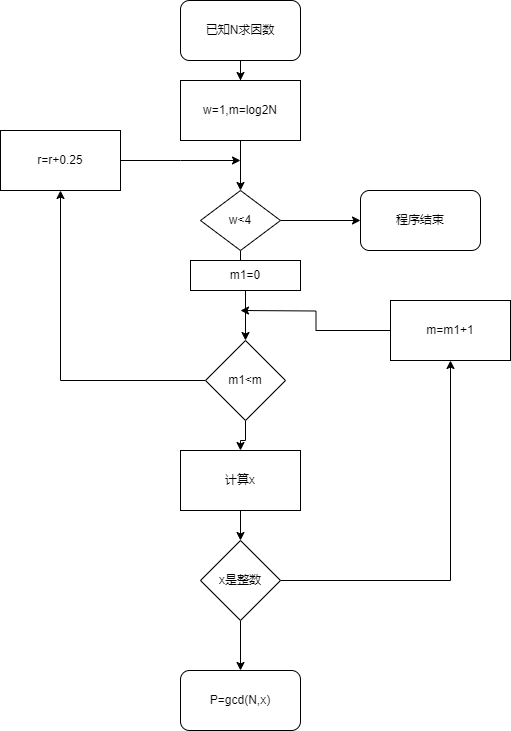
lynxswf/lynxswf keeps this draw.io diagram as 未命名绘图.drawio.png. Above is the earlier version. Source tidied: cells renumbered, new cells last; positions are measured from the earlier drawing's top-left corner, leaving out a move shared by most shapes.
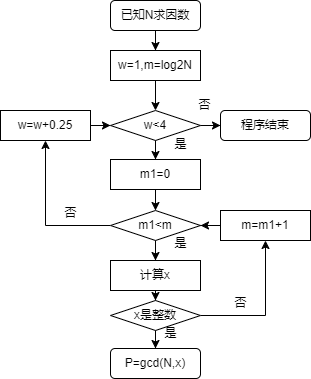
Above is the later version.

Change to the diagram source:
```diff
@@ -6,13 +6,13 @@
       <mxGeometry relative="1" as="geometry" />
     </mxCell>
     <mxCell id="3" value="已知N求因数" style="rounded=1;whiteSpace=wrap;html=1;" parent="1" vertex="1">
-      <mxGeometry x="180" width="120" height="60" as="geometry" />
+      <mxGeometry x="190" y="30" width="90" height="30" as="geometry" />
     </mxCell>
     <mxCell id="4" style="edgeStyle=orthogonalEdgeStyle;rounded=0;jettySize=auto;html=1;" parent="1" edge="1" source="5" target="8">
       <mxGeometry relative="1" as="geometry" />
     </mxCell>
     <mxCell id="5" value="w=1,m=log2N" style="rounded=0;whiteSpace=wrap;html=1;" parent="1" vertex="1">
-      <mxGeometry x="180" y="80" width="120" height="60" as="geometry" />
+      <mxGeometry x="190" y="80" width="90" height="30" as="geometry" />
     </mxCell>
     <mxCell id="6" style="edgeStyle=orthogonalEdgeStyle;rounded=0;jettySize=auto;html=1;" parent="1" edge="1" source="8" target="10">
       <mxGeometry relative="1" as="geometry" />
@@ -20,14 +20,11 @@
     <mxCell id="7" style="edgeStyle=orthogonalEdgeStyle;rounded=0;jettySize=auto;html=1;" parent="1" edge="1" source="8" target="22">
       <mxGeometry relative="1" as="geometry" />
     </mxCell>
-    <mxCell id="8" value="w&amp;lt;4" style="rhombus;whiteSpace=wrap;html=1;" parent="1" vertex="1">
-      <mxGeometry x="200" y="190" width="80" height="60" as="geometry" />
-    </mxCell>
     <mxCell id="9" style="edgeStyle=orthogonalEdgeStyle;rounded=0;jettySize=auto;html=1;" parent="1" edge="1" source="10" target="13">
       <mxGeometry relative="1" as="geometry" />
     </mxCell>
     <mxCell id="10" value="m1=0" style="rounded=0;whiteSpace=wrap;html=1;" parent="1" vertex="1">
-      <mxGeometry x="190" y="260" width="110" height="30" as="geometry" />
+      <mxGeometry x="190" y="189" width="90" height="30" as="geometry" />
     </mxCell>
     <mxCell id="11" style="edgeStyle=orthogonalEdgeStyle;rounded=0;jettySize=auto;html=1;" parent="1" edge="1" source="13" target="15">
       <mxGeometry relative="1" as="geometry" />
@@ -36,13 +33,13 @@
       <mxGeometry relative="1" as="geometry" />
     </mxCell>
     <mxCell id="13" value="m1&amp;lt;m" style="rhombus;whiteSpace=wrap;html=1;" parent="1" vertex="1">
-      <mxGeometry x="205" y="340" width="80" height="80" as="geometry" />
+      <mxGeometry x="190" y="240" width="90" height="30" as="geometry" />
     </mxCell>
     <mxCell id="14" style="edgeStyle=orthogonalEdgeStyle;rounded=0;jettySize=auto;html=1;" parent="1" edge="1" source="15" target="18">
       <mxGeometry relative="1" as="geometry" />
     </mxCell>
     <mxCell id="15" value="计算x" style="rounded=0;whiteSpace=wrap;html=1;" parent="1" vertex="1">
-      <mxGeometry x="180" y="450" width="120" height="60" as="geometry" />
+      <mxGeometry x="190" y="290" width="90" height="30" as="geometry" />
     </mxCell>
     <mxCell id="16" style="edgeStyle=orthogonalEdgeStyle;rounded=0;jettySize=auto;html=1;" parent="1" edge="1" source="18" target="19">
       <mxGeometry relative="1" as="geometry" />
@@ -51,29 +48,46 @@
       <mxGeometry relative="1" as="geometry" />
     </mxCell>
     <mxCell id="18" value="x是整数" style="rhombus;whiteSpace=wrap;html=1;" parent="1" vertex="1">
-      <mxGeometry x="200" y="540" width="80" height="80" as="geometry" />
+      <mxGeometry x="190" y="330" width="90" height="30" as="geometry" />
     </mxCell>
     <mxCell id="19" value="P=gcd(N,x)" style="rounded=1;whiteSpace=wrap;html=1;" parent="1" vertex="1">
-      <mxGeometry x="180" y="670" width="120" height="60" as="geometry" />
+      <mxGeometry x="190" y="378" width="90" height="30" as="geometry" />
     </mxCell>
-    <mxCell id="20" style="edgeStyle=orthogonalEdgeStyle;rounded=0;jettySize=auto;html=1;" parent="1" edge="1" source="21">
-      <mxGeometry relative="1" as="geometry">
-        <mxPoint x="240" y="160" as="targetPoint" />
-      </mxGeometry>
-    </mxCell>
+    <mxCell id="25" style="edgeStyle=orthogonalEdgeStyle;rounded=0;jettySize=auto;html=1;" parent="1" edge="1" source="21" target="8">
+      <mxGeometry relative="1" as="geometry" />
+    </mxCell>
-    <mxCell id="21" value="r=r+0.25" style="rounded=0;whiteSpace=wrap;html=1;" parent="1" vertex="1">
-      <mxGeometry y="130" width="120" height="60" as="geometry" />
+    <mxCell id="21" value="w=w+0.25" style="rounded=0;whiteSpace=wrap;html=1;" parent="1" vertex="1">
+      <mxGeometry x="80" y="140" width="90" height="30" as="geometry" />
     </mxCell>
     <mxCell id="22" value="程序结束" style="rounded=1;whiteSpace=wrap;html=1;" parent="1" vertex="1">
-      <mxGeometry x="360" y="190" width="120" height="60" as="geometry" />
+      <mxGeometry x="300" y="140" width="90" height="30" as="geometry" />
     </mxCell>
-    <mxCell id="23" style="edgeStyle=orthogonalEdgeStyle;rounded=0;jettySize=auto;html=1;" parent="1" edge="1" source="24">
-      <mxGeometry relative="1" as="geometry">
-        <mxPoint x="240" y="310" as="targetPoint" />
-      </mxGeometry>
-    </mxCell>
+    <mxCell id="26" style="edgeStyle=orthogonalEdgeStyle;rounded=0;jettySize=auto;html=1;" parent="1" edge="1" source="24" target="13">
+      <mxGeometry relative="1" as="geometry" />
+    </mxCell>
     <mxCell id="24" value="m=m1+1" style="rounded=0;whiteSpace=wrap;html=1;" parent="1" vertex="1">
-      <mxGeometry x="390" y="300" width="120" height="60" as="geometry" />
+      <mxGeometry x="300" y="240" width="90" height="30" as="geometry" />
     </mxCell>
+    <mxCell id="27" value="否" style="text;html=1;align=center;verticalAlign=middle;strokeColor=none;fillColor=none;" parent="1" vertex="1">
+      <mxGeometry x="300" y="318" width="40" height="30" as="geometry" />
+    </mxCell>
+    <mxCell id="28" value="是" style="text;html=1;align=center;verticalAlign=middle;strokeColor=none;fillColor=none;" parent="1" vertex="1">
+      <mxGeometry x="230" y="348" width="40" height="30" as="geometry" />
+    </mxCell>
+    <mxCell id="29" value="否" style="text;html=1;align=center;verticalAlign=middle;strokeColor=none;fillColor=none;" parent="1" vertex="1">
+      <mxGeometry x="130" y="228" width="40" height="30" as="geometry" />
+    </mxCell>
+    <mxCell id="30" value="是" style="text;html=1;align=center;verticalAlign=middle;strokeColor=none;fillColor=none;" parent="1" vertex="1">
+      <mxGeometry x="240" y="159" width="40" height="30" as="geometry" />
+    </mxCell>
+    <mxCell id="31" value="是" style="text;html=1;align=center;verticalAlign=middle;strokeColor=none;fillColor=none;" parent="1" vertex="1">
+      <mxGeometry x="240" y="258" width="40" height="30" as="geometry" />
+    </mxCell>
+    <mxCell id="32" value="否" style="text;html=1;align=center;verticalAlign=middle;strokeColor=none;fillColor=none;" parent="1" vertex="1">
+      <mxGeometry x="264" y="120" width="40" height="30" as="geometry" />
+    </mxCell>
+    <mxCell id="8" value="w&amp;lt;4" style="rhombus;whiteSpace=wrap;html=1;" parent="1" vertex="1">
+      <mxGeometry x="190" y="140" width="90" height="30" as="geometry" />
+    </mxCell>
   </root>
 </mxGraphModel>
```
